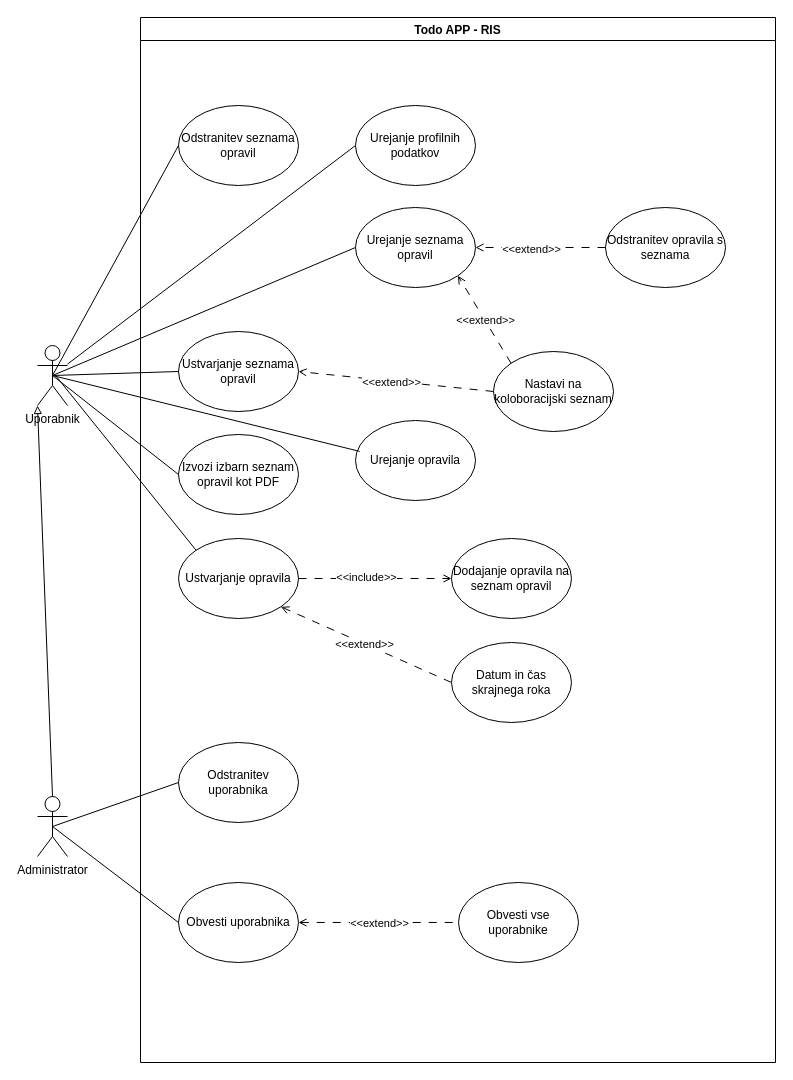
The draw.io diagram dpu-ris.drawio in PAKO25/ris_todo, before the edit. Source tidied: cells renumbered, new cells numbered last; positions are measured from the earlier drawing's top-left corner, leaving out a move shared by most shapes. Both pictures are drawn from the tidied source at 100%, with x=0, y=0 at pixel (37, 17).
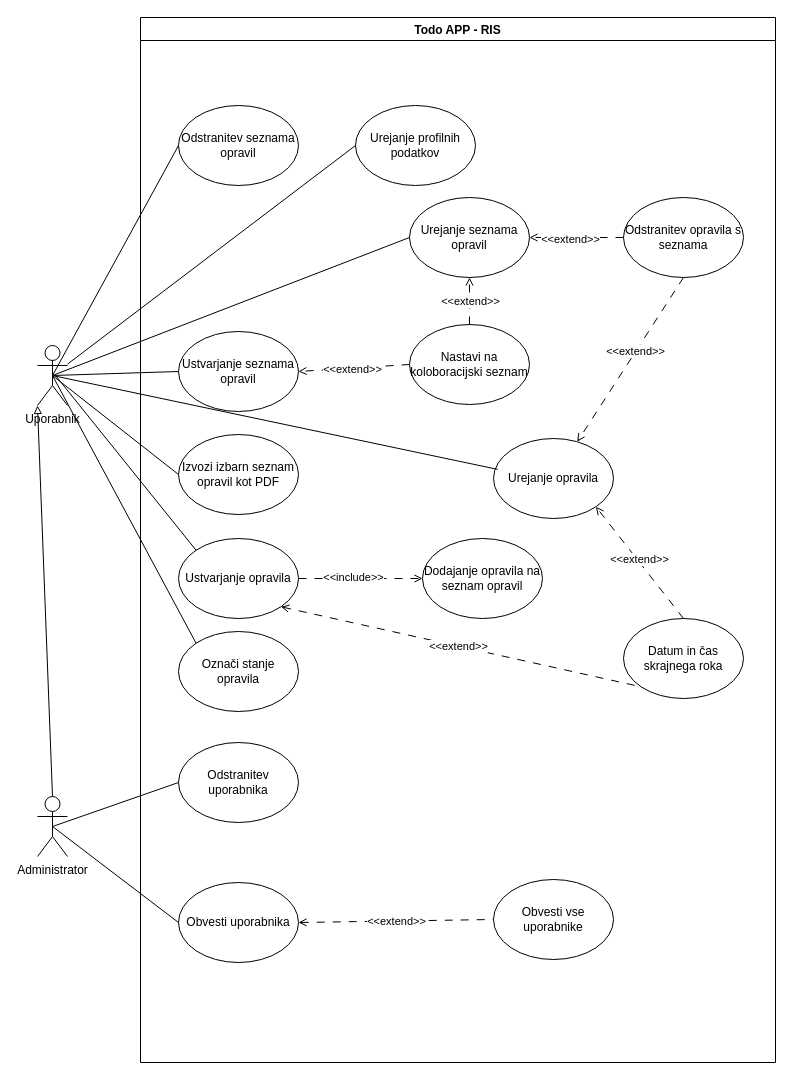
The same diagram, later.

Commit message:
Posodobljen DPU za drawio

The change refers to these unchanged cells:
```xml
<mxCell id="2" value="Todo APP - RIS" style="swimlane;" parent="1" vertex="1">
  <mxGeometry x="103" width="635" height="1045" as="geometry" />
</mxCell>
<mxCell id="7" value="Ustvarjanje opravila" style="ellipse;whiteSpace=wrap;html=1;" parent="2" vertex="1">
  <mxGeometry x="38" y="521" width="120" height="80" as="geometry" />
</mxCell>
<mxCell id="13" style="endArrow=none;html=1;rounded=0;endFill=0;dashed=1;dashPattern=8 8;entryX=0;entryY=0.5;entryDx=0;entryDy=0;exitX=1;exitY=0.5;exitDx=0;exitDy=0;startArrow=open;startFill=0;" parent="2" edge="1" source="11" target="12">
  <mxGeometry relative="1" as="geometry" />
</mxCell>
<mxCell id="18" style="endArrow=open;html=1;rounded=0;exitX=0;exitY=0.5;exitDx=0;exitDy=0;entryX=1;entryY=0.5;entryDx=0;entryDy=0;dashed=1;dashPattern=8 8;endFill=0;" parent="2" edge="1" source="8" target="4">
  <mxGeometry relative="1" as="geometry" />
</mxCell>
<mxCell id="24" style="endArrow=open;html=1;rounded=0;exitX=0;exitY=0.5;exitDx=0;exitDy=0;entryX=1;entryY=0.5;entryDx=0;entryDy=0;endFill=0;dashed=1;dashPattern=8 8;" parent="2" edge="1" source="21" target="3">
  <mxGeometry relative="1" as="geometry" />
</mxCell>
<mxCell id="30" value="Uporabnik" style="shape=umlActor;verticalLabelPosition=bottom;verticalAlign=top;html=1;outlineConnect=0;" parent="1" vertex="1">
  <mxGeometry y="328" width="30" height="60" as="geometry" />
</mxCell>
```

The edit, as a diff of the source:
```diff
@@
-<mxGraphModel>
+<mxGraphModel background="#ffffff">
@@
     <mxCell id="4" value="&lt;div&gt;Urejanje seznama opravil&lt;/div&gt;" style="ellipse;whiteSpace=wrap;html=1;" parent="2" vertex="1">
-      <mxGeometry x="215" y="190" width="120" height="80" as="geometry" />
+      <mxGeometry x="269" y="180" width="120" height="80" as="geometry" />
     </mxCell>
@@
     <mxCell id="6" value="Dodajanje opravila na seznam opravil" style="ellipse;whiteSpace=wrap;html=1;" parent="2" vertex="1">
-      <mxGeometry x="311" y="521" width="120" height="80" as="geometry" />
+      <mxGeometry x="282" y="521" width="120" height="80" as="geometry" />
     </mxCell>
@@
     <mxCell id="8" value="Odstranitev opravila s seznama" style="ellipse;whiteSpace=wrap;html=1;" parent="2" vertex="1">
-      <mxGeometry x="465" y="190" width="120" height="80" as="geometry" />
+      <mxGeometry x="483" y="180" width="120" height="80" as="geometry" />
     </mxCell>
@@
     <mxCell id="12" value="Obvesti vse uporabnike" style="ellipse;whiteSpace=wrap;html=1;" parent="2" vertex="1">
-      <mxGeometry x="318" y="865" width="120" height="80" as="geometry" />
+      <mxGeometry x="353" y="862" width="120" height="80" as="geometry" />
     </mxCell>
@@
-    <mxCell id="15" value="&lt;div&gt;&lt;br&gt;&lt;/div&gt;&lt;div&gt;&lt;br&gt;&lt;/div&gt;" style="edgeLabel;html=1;align=center;verticalAlign=middle;" parent="13" vertex="1">
-      <mxGeometry x="0.71" relative="1" as="geometry" />
-    </mxCell>
+    <mxCell id="42" value="&lt;div&gt;&lt;br&gt;&lt;/div&gt;&lt;div&gt;&lt;br&gt;&lt;/div&gt;" style="edgeLabel;html=1;align=center;verticalAlign=middle;" parent="13" vertex="1">
+      <mxGeometry x="0.71" relative="1" as="geometry" />
+    </mxCell>
@@
-    <mxCell id="19" value="&amp;lt;&amp;lt;extend&amp;gt;&amp;gt;" style="edgeLabel;html=1;align=center;verticalAlign=middle;" parent="18" vertex="1">
-      <mxGeometry x="0.15" y="1" relative="1" as="geometry" />
-    </mxCell>
+    <mxCell id="43" value="&amp;lt;&amp;lt;extend&amp;gt;&amp;gt;" style="edgeLabel;html=1;align=center;verticalAlign=middle;" parent="18" vertex="1">
+      <mxGeometry x="0.15" y="1" relative="1" as="geometry" />
+    </mxCell>
@@
     <mxCell id="21" value="&lt;div&gt;Nastavi na koloboracijski seznam&lt;/div&gt;" style="ellipse;whiteSpace=wrap;html=1;" parent="2" vertex="1">
-      <mxGeometry x="353" y="334" width="120" height="80" as="geometry" />
+      <mxGeometry x="269" y="307" width="120" height="80" as="geometry" />
     </mxCell>
-    <mxCell id="22" style="endArrow=open;html=1;rounded=0;entryX=1;entryY=1;entryDx=0;entryDy=0;exitX=0;exitY=0;exitDx=0;exitDy=0;endFill=0;dashed=1;dashPattern=8 8;" parent="2" edge="1" source="21" target="4">
+    <mxCell id="22" style="endArrow=open;html=1;rounded=0;entryX=0.5;entryY=1;entryDx=0;entryDy=0;exitX=0.5;exitY=0;exitDx=0;exitDy=0;endFill=0;dashed=1;dashPattern=8 8;" parent="2" edge="1" source="21" target="4">
       <mxGeometry relative="1" as="geometry" />
     </mxCell>
-    <mxCell id="23" value="&amp;lt;&amp;lt;extend&amp;gt;&amp;gt;" style="edgeLabel;html=1;align=center;verticalAlign=middle;" parent="22" vertex="1">
-      <mxGeometry relative="1" as="geometry" />
-    </mxCell>
+    <mxCell id="44" value="&amp;lt;&amp;lt;extend&amp;gt;&amp;gt;" style="edgeLabel;html=1;align=center;verticalAlign=middle;" parent="22" vertex="1">
+      <mxGeometry relative="1" as="geometry" />
+    </mxCell>
@@
-    <mxCell id="25" value="&amp;lt;&amp;lt;extend&amp;gt;&amp;gt;" style="edgeLabel;html=1;align=center;verticalAlign=middle;" parent="24" vertex="1">
-      <mxGeometry x="0.05" y="1" relative="1" as="geometry" />
-    </mxCell>
+    <mxCell id="45" value="&amp;lt;&amp;lt;extend&amp;gt;&amp;gt;" style="edgeLabel;html=1;align=center;verticalAlign=middle;" parent="24" vertex="1">
+      <mxGeometry x="0.05" y="1" relative="1" as="geometry" />
+    </mxCell>
     <mxCell id="26" value="Urejanje opravila" style="ellipse;whiteSpace=wrap;html=1;" parent="2" vertex="1">
-      <mxGeometry x="215" y="403" width="120" height="80" as="geometry" />
+      <mxGeometry x="353" y="421" width="120" height="80" as="geometry" />
     </mxCell>
     <mxCell id="27" value="Datum in čas skrajnega roka" style="ellipse;whiteSpace=wrap;html=1;" parent="2" vertex="1">
-      <mxGeometry x="311" y="625" width="120" height="80" as="geometry" />
+      <mxGeometry x="483" y="601" width="120" height="80" as="geometry" />
     </mxCell>
-    <mxCell id="28" style="endArrow=none;html=1;rounded=0;exitX=1;exitY=1;exitDx=0;exitDy=0;entryX=0;entryY=0.5;entryDx=0;entryDy=0;endFill=0;dashed=1;dashPattern=8 8;startArrow=open;startFill=0;" parent="2" edge="1" source="7" target="27">
+    <mxCell id="28" style="endArrow=none;html=1;rounded=0;exitX=1;exitY=1;exitDx=0;exitDy=0;entryX=0;entryY=1;entryDx=0;entryDy=0;endFill=0;dashed=1;dashPattern=8 8;startArrow=open;startFill=0;" parent="2" edge="1" source="7" target="27">
       <mxGeometry relative="1" as="geometry" />
     </mxCell>
-    <mxCell id="29" value="&amp;lt;&amp;lt;extend&amp;gt;&amp;gt;" style="edgeLabel;html=1;align=center;verticalAlign=middle;" parent="28" vertex="1">
-      <mxGeometry x="-0.02" relative="1" as="geometry" />
-    </mxCell>
+    <mxCell id="46" value="&amp;lt;&amp;lt;extend&amp;gt;&amp;gt;" style="edgeLabel;html=1;align=center;verticalAlign=middle;" parent="28" vertex="1">
+      <mxGeometry x="-0.02" relative="1" as="geometry" />
+    </mxCell>
+    <mxCell id="47" style="endArrow=open;html=1;rounded=0;exitX=0.5;exitY=1;exitDx=0;exitDy=0;dashed=1;dashPattern=8 8;endFill=0;" parent="2" edge="1" source="8" target="26">
+      <mxGeometry relative="1" as="geometry" />
+    </mxCell>
+    <mxCell id="48" value="&amp;lt;&amp;lt;extend&amp;gt;&amp;gt;" style="edgeLabel;html=1;align=center;verticalAlign=middle;" parent="47" vertex="1">
+      <mxGeometry x="-0.1" y="-1" relative="1" as="geometry" />
+    </mxCell>
+    <mxCell id="49" value="&lt;div&gt;Označi stanje&lt;/div&gt;&lt;div&gt;opravila&lt;/div&gt;" style="ellipse;whiteSpace=wrap;html=1;" parent="2" vertex="1">
+      <mxGeometry x="38" y="614" width="120" height="80" as="geometry" />
+    </mxCell>
+    <mxCell id="50" style="endArrow=open;html=1;rounded=0;entryX=1;entryY=1;entryDx=0;entryDy=0;exitX=0.5;exitY=0;exitDx=0;exitDy=0;dashed=1;dashPattern=8 8;endFill=0;" parent="2" edge="1" source="27" target="26">
+      <mxGeometry relative="1" as="geometry" />
+    </mxCell>
+    <mxCell id="51" value="&amp;lt;&amp;lt;extend&amp;gt;&amp;gt;" style="edgeLabel;html=1;align=center;verticalAlign=middle;" parent="50" vertex="1">
+      <mxGeometry x="0.04" y="-2" relative="1" as="geometry" />
+    </mxCell>
@@
-    <mxCell id="34" style="endArrow=none;html=1;rounded=0;entryX=0;entryY=0;entryDx=0;entryDy=0;endFill=0;" parent="1" edge="1" target="7">
-      <mxGeometry relative="1" as="geometry">
-        <mxPoint x="18" y="358" as="sourcePoint" />
-      </mxGeometry>
-    </mxCell>
+    <mxCell id="52" style="endArrow=none;html=1;rounded=0;entryX=0;entryY=0;entryDx=0;entryDy=0;endFill=0;" parent="1" edge="1" target="7">
+      <mxGeometry relative="1" as="geometry">
+        <mxPoint x="18" y="358" as="sourcePoint" />
+      </mxGeometry>
+    </mxCell>
@@
+    <mxCell id="53" style="endArrow=none;html=1;rounded=0;exitX=0.5;exitY=0.5;exitDx=0;exitDy=0;exitPerimeter=0;entryX=0;entryY=0;entryDx=0;entryDy=0;" parent="1" edge="1" source="30" target="49">
+      <mxGeometry relative="1" as="geometry" />
+    </mxCell>
```
